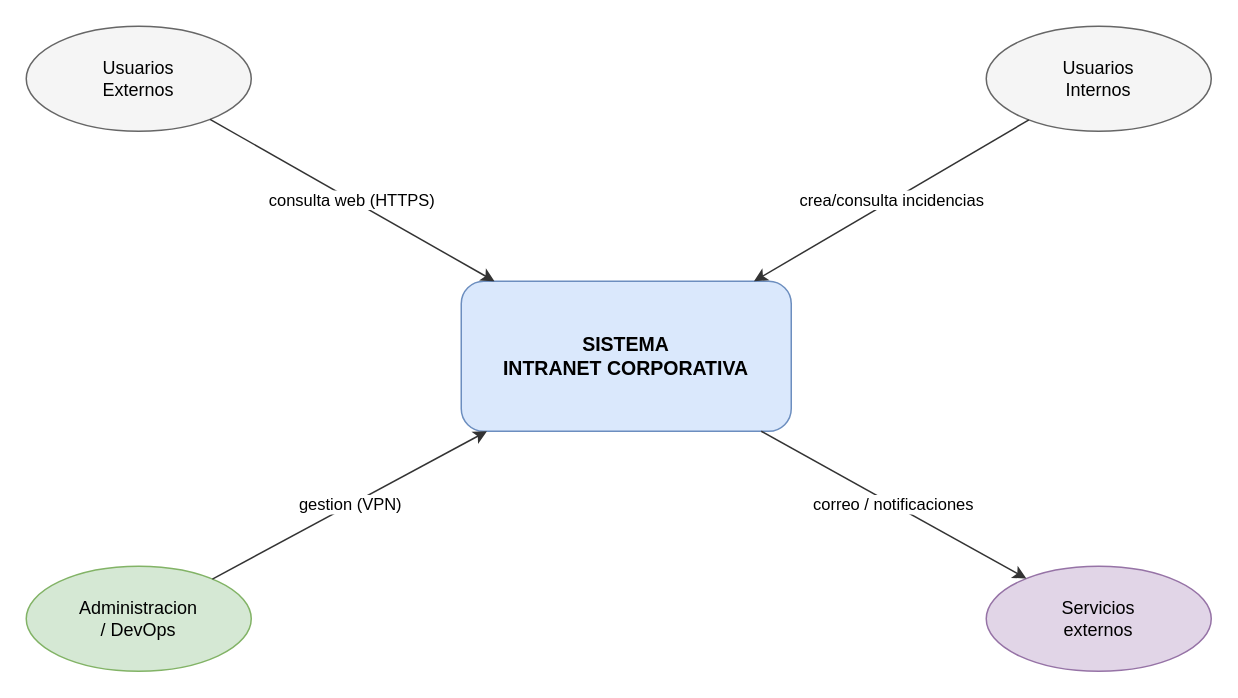
The draw.io diagram desarrollo/red/diagramas/11-1-contexto.drawio in arnaumartinezmorant-lang/PROYECTO, before the edit. Source tidied: cells renumbered, new cells numbered last; positions are measured from the earlier drawing's top-left corner, leaving out a move shared by most shapes. Both pictures are drawn from the tidied source at 150%, with x=0, y=0 at pixel (26, 26).
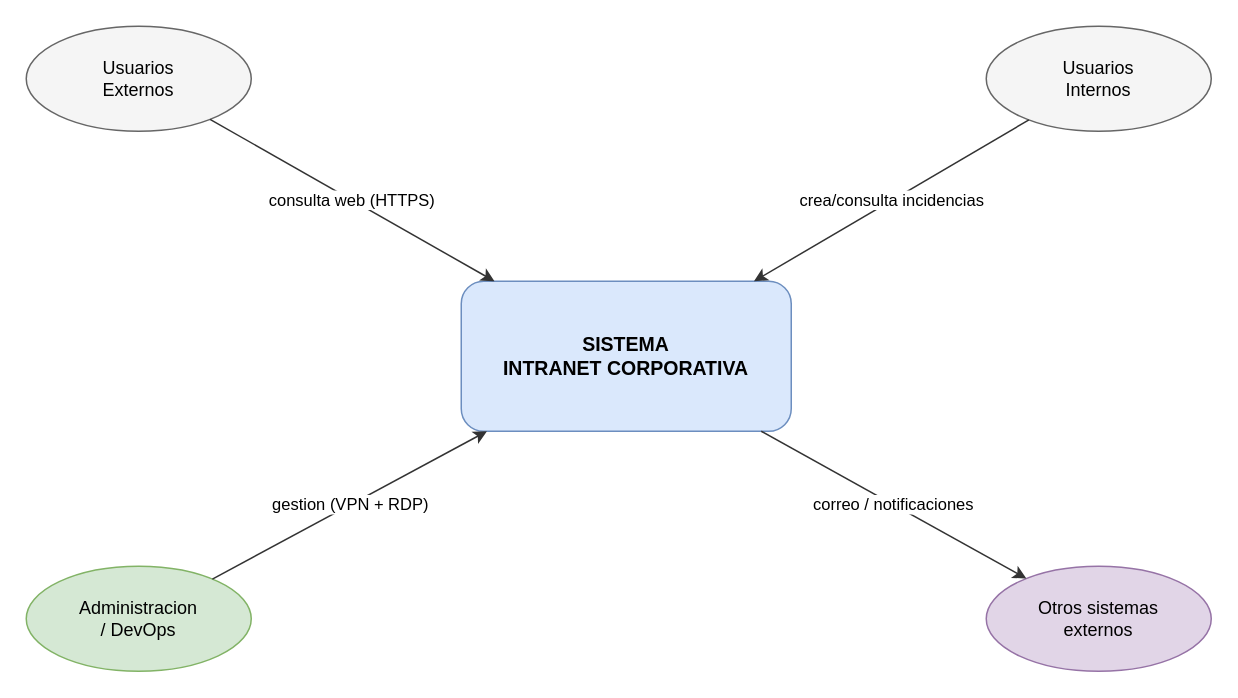
The same diagram, later.

Diff of the diagram source:
```diff
@@
 <mxGraphModel>
   <root>
     <mxCell id="0" />
     <mxCell id="1" parent="0" />
     <mxCell id="2" value="SISTEMA&#10;INTRANET CORPORATIVA" style="rounded=1;whiteSpace=wrap;html=1;fillColor=#dae8fc;strokeColor=#6c8ebf;fontSize=13;fontStyle=1;" parent="1" vertex="1">
       <mxGeometry x="290" y="170" width="220" height="100" as="geometry" />
     </mxCell>
     <mxCell id="3" value="Usuarios&#10;Externos" style="ellipse;whiteSpace=wrap;html=1;fillColor=#f5f5f5;strokeColor=#666666;fontSize=12;" parent="1" vertex="1">
       <mxGeometry width="150" height="70" as="geometry" />
     </mxCell>
     <mxCell id="4" value="Usuarios&#10;Internos" style="ellipse;whiteSpace=wrap;html=1;fillColor=#f5f5f5;strokeColor=#666666;fontSize=12;" parent="1" vertex="1">
       <mxGeometry x="640" width="150" height="70" as="geometry" />
     </mxCell>
     <mxCell id="5" value="Administracion&#10;/ DevOps" style="ellipse;whiteSpace=wrap;html=1;fillColor=#d5e8d4;strokeColor=#82b366;fontSize=12;" parent="1" vertex="1">
       <mxGeometry y="360" width="150" height="70" as="geometry" />
     </mxCell>
-    <mxCell id="6" value="Servicios&#10;externos" style="ellipse;whiteSpace=wrap;html=1;fillColor=#e1d5e7;strokeColor=#9673a6;fontSize=12;" parent="1" vertex="1">
+    <mxCell id="6" value="Otros sistemas&#10;externos" style="ellipse;whiteSpace=wrap;html=1;fillColor=#e1d5e7;strokeColor=#9673a6;fontSize=12;" parent="1" vertex="1">
       <mxGeometry x="640" y="360" width="150" height="70" as="geometry" />
     </mxCell>
     <mxCell id="7" value="consulta web (HTTPS)" style="endArrow=classic;html=1;rounded=0;strokeColor=#333333;fontSize=11;" parent="1" edge="1" source="3" target="2">
       <mxGeometry relative="1" as="geometry" />
     </mxCell>
     <mxCell id="8" value="crea/consulta incidencias" style="endArrow=classic;html=1;rounded=0;strokeColor=#333333;fontSize=11;" parent="1" edge="1" source="4" target="2">
       <mxGeometry relative="1" as="geometry" />
     </mxCell>
-    <mxCell id="9" value="gestion (VPN)" style="endArrow=classic;html=1;rounded=0;strokeColor=#333333;fontSize=11;" parent="1" edge="1" source="5" target="2">
+    <mxCell id="9" value="gestion (VPN + RDP)" style="endArrow=classic;html=1;rounded=0;strokeColor=#333333;fontSize=11;" parent="1" edge="1" source="5" target="2">
       <mxGeometry relative="1" as="geometry" />
     </mxCell>
     <mxCell id="10" value="correo / notificaciones" style="endArrow=classic;html=1;rounded=0;strokeColor=#333333;fontSize=11;" parent="1" edge="1" source="2" target="6">
       <mxGeometry relative="1" as="geometry" />
     </mxCell>
   </root>
 </mxGraphModel>
```
